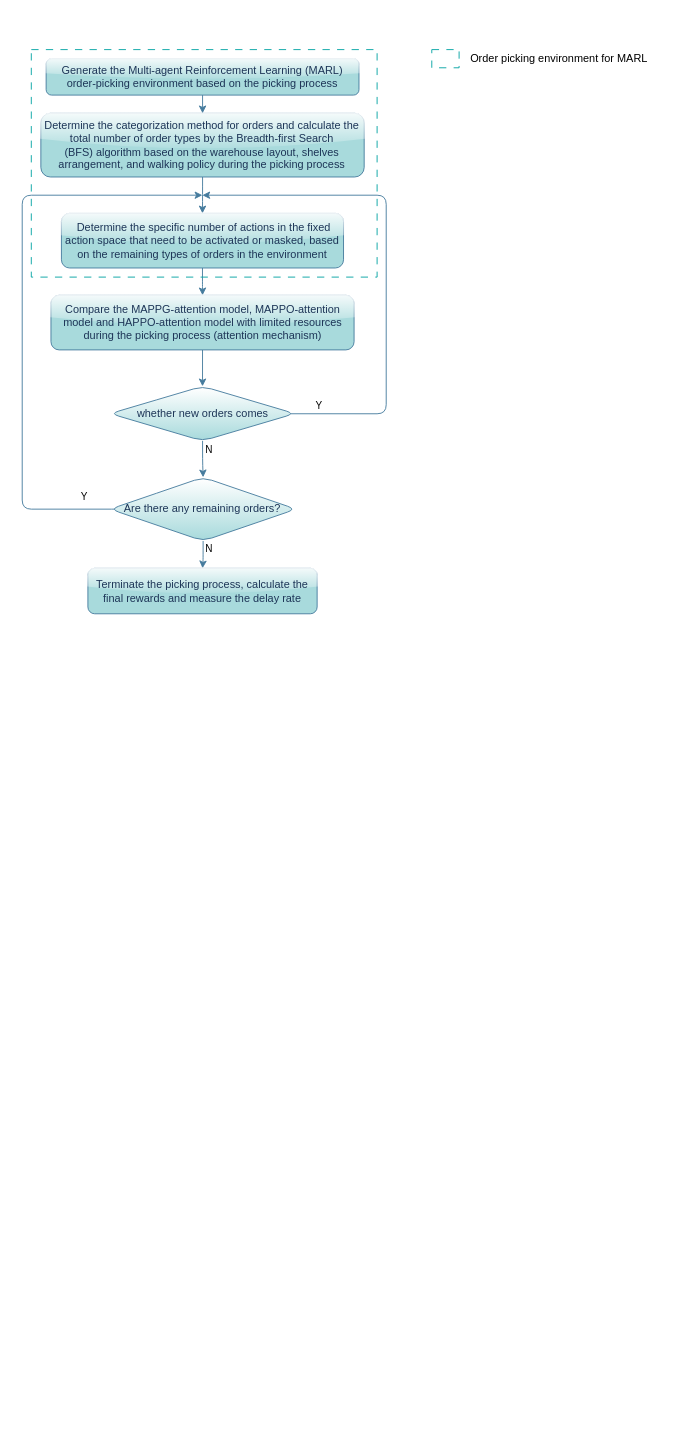
This is 未命名绘图.drawio from xfl11/xfliu, a draw.io file, before an edit. Source tidied: cells renumbered, new cells numbered last; positions are measured from the earlier drawing's top-left corner, leaving out a move shared by most shapes. Both pictures are drawn from the tidied source at 91%, with x=0, y=0 at pixel (22, 45).
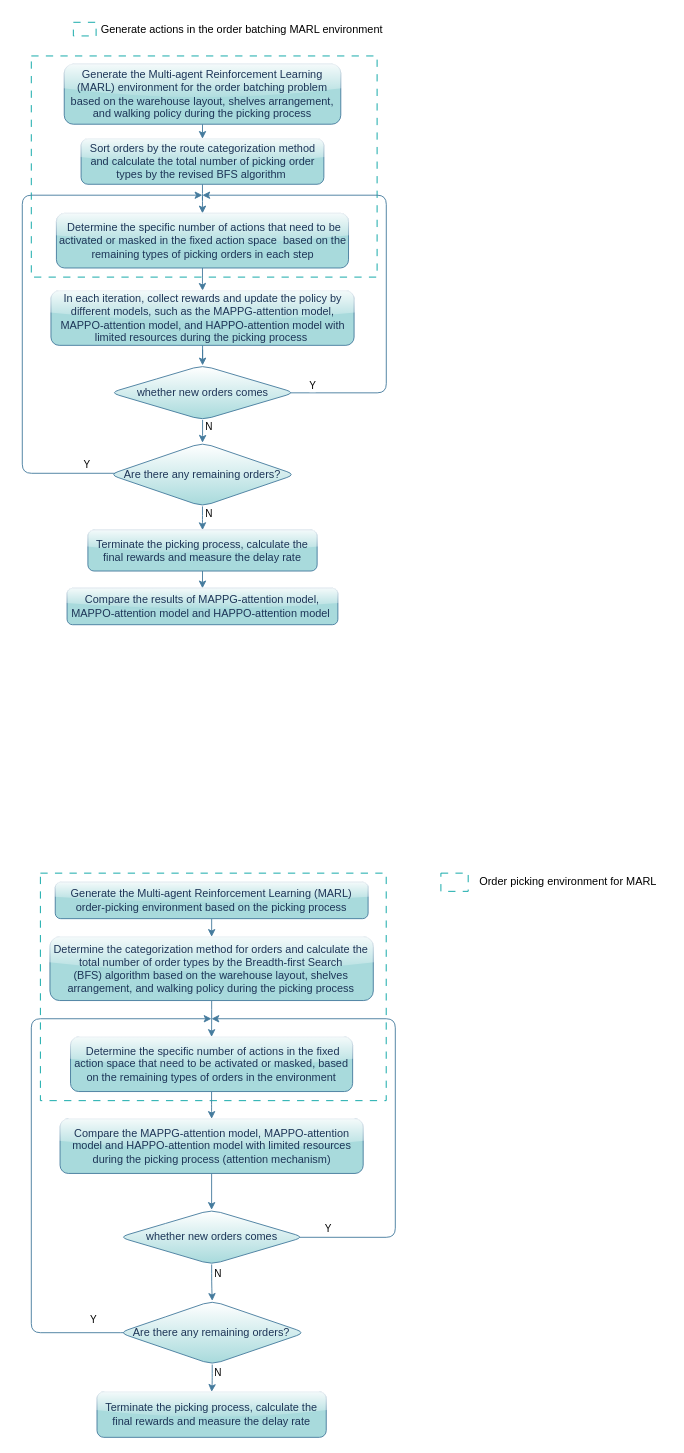
After the change.

Commit message:
更新未命名绘图.drawio

Unchanged cells that the change refers to:
```xml
<mxCell id="14" style="edgeStyle=orthogonalEdgeStyle;rounded=1;jettySize=auto;html=1;labelBackgroundColor=none;strokeColor=#457B9D;fontColor=default;" parent="1" edge="1" source="12" target="18">
  <mxGeometry relative="1" as="geometry" />
</mxCell>
```

Diff of the diagram source:
```diff
@@
+    <mxCell id="21" style="rounded=0;whiteSpace=wrap;html=1;dashed=1;dashPattern=8 8;strokeColor=#00a3a3;strokeWidth=1;fillColor=none;" parent="1" vertex="1">
+      <mxGeometry x="9.9" y="12" width="380" height="243" as="geometry" />
+    </mxCell>
@@
-    <mxCell id="3" value="Determine the categorization method for orders and calculate the total number of order types by the Breadth-first Search (BFS)&amp;nbsp;algorithm based on the warehouse layout, shelves arrangement, and walking policy during the picking process" style="rounded=1;whiteSpace=wrap;html=1;fillColor=#A8DADC;strokeColor=#457B9D;labelBackgroundColor=none;fontColor=#1D3557;glass=1;" parent="1" vertex="1">
-      <mxGeometry x="20.4" y="75" width="355.3" height="70" as="geometry" />
+    <mxCell id="3" value="Sort orders by the route categorization method and calculate the total number of picking order types by the revised BFS algorithm&amp;nbsp;" style="rounded=1;whiteSpace=wrap;html=1;fillColor=#A8DADC;strokeColor=#457B9D;labelBackgroundColor=none;fontColor=#1D3557;glass=1;" parent="1" vertex="1">
+      <mxGeometry x="64.6" y="103" width="266.8" height="50" as="geometry" />
     </mxCell>
@@
-    <mxCell id="5" value="&amp;nbsp;Determine the specific number of actions in the fixed action space that need to be activated or masked, based on the remaining types of orders in the environment" style="rounded=1;whiteSpace=wrap;html=1;labelBackgroundColor=none;fillColor=#A8DADC;strokeColor=#457B9D;fontColor=#1D3557;glass=1;" parent="1" vertex="1">
-      <mxGeometry x="43" y="185" width="310" height="60" as="geometry" />
+    <mxCell id="5" value="&amp;nbsp;Determine the specific number of actions that need to be activated or masked in the fixed action space&amp;nbsp; based on the remaining types of picking orders in each step" style="rounded=1;whiteSpace=wrap;html=1;labelBackgroundColor=none;fillColor=#A8DADC;strokeColor=#457B9D;fontColor=#1D3557;glass=1;" parent="1" vertex="1">
+      <mxGeometry x="37.5" y="185" width="321" height="60" as="geometry" />
     </mxCell>
@@
-    <mxCell id="7" value="Compare the MAPPG-attention model, MAPPO-attention model and HAPPO-attention model with limited resources during the picking process (attention mechanism)" style="rounded=1;whiteSpace=wrap;html=1;labelBackgroundColor=none;fillColor=#A8DADC;strokeColor=#457B9D;fontColor=#1D3557;glass=1;" parent="1" vertex="1">
-      <mxGeometry x="31.5" y="275" width="333.1" height="60" as="geometry" />
+    <mxCell id="7" value="In each iteration, collect rewards and update the policy by different models, such as the MAPPG-attention model, MAPPO-attention model, and HAPPO-attention model with limited resources during the picking process&amp;nbsp;" style="rounded=1;whiteSpace=wrap;html=1;labelBackgroundColor=none;fillColor=#A8DADC;strokeColor=#457B9D;fontColor=#1D3557;glass=1;" parent="1" vertex="1">
+      <mxGeometry x="31.5" y="270" width="333.1" height="60" as="geometry" />
     </mxCell>
     <mxCell id="8" style="edgeStyle=orthogonalEdgeStyle;rounded=1;jettySize=auto;html=1;exitX=0.95;exitY=0.503;exitDx=0;exitDy=0;labelBackgroundColor=none;strokeColor=#457B9D;fontColor=default;exitPerimeter=0;" parent="1" edge="1" source="12">
       <mxGeometry relative="1" as="geometry">
         <mxPoint x="197.9" y="165" as="targetPoint" />
         <Array as="points">
-          <mxPoint x="399.9" y="405" />
-          <mxPoint x="399.9" y="165" />
+          <mxPoint x="400" y="382" />
+          <mxPoint x="400" y="165" />
         </Array>
       </mxGeometry>
     </mxCell>
     <mxCell id="9" value="Y" style="edgeLabel;html=1;align=center;verticalAlign=middle;rounded=1;" parent="8" vertex="1">
       <mxGeometry x="0.41" y="2" relative="1" as="geometry">
-        <mxPoint x="-35" y="228" as="offset" />
+        <mxPoint x="-35" y="207" as="offset" />
       </mxGeometry>
     </mxCell>
@@
     <mxCell id="12" value="whether new orders comes" style="rhombus;whiteSpace=wrap;html=1;labelBackgroundColor=none;fillColor=#A8DADC;strokeColor=#457B9D;fontColor=#1D3557;rounded=1;shadow=0;gradientColor=#ffffff;gradientDirection=north;" parent="1" vertex="1">
-      <mxGeometry x="96.5" y="375" width="203.1" height="60" as="geometry" />
+      <mxGeometry x="96.5" y="352" width="203.1" height="60" as="geometry" />
     </mxCell>
+    <mxCell id="24" style="edgeStyle=orthogonalEdgeStyle;shape=connector;rounded=1;jettySize=auto;html=1;exitX=0.5;exitY=1;exitDx=0;exitDy=0;entryX=0.5;entryY=0;entryDx=0;entryDy=0;labelBackgroundColor=none;strokeColor=#457B9D;align=center;verticalAlign=middle;fontFamily=Helvetica;fontSize=11;fontColor=default;endArrow=classic;" parent="1" edge="1" source="13" target="47">
+      <mxGeometry relative="1" as="geometry" />
+    </mxCell>
     <mxCell id="13" value="Terminate the picking process, calculate the final rewards and measure the delay rate" style="rounded=1;whiteSpace=wrap;html=1;labelBackgroundColor=none;fillColor=#A8DADC;strokeColor=#457B9D;fontColor=#1D3557;glass=1;" parent="1" vertex="1">
-      <mxGeometry x="72.1" y="575" width="251.9" height="50" as="geometry" />
+      <mxGeometry x="72.1" y="533" width="251.9" height="45" as="geometry" />
     </mxCell>
@@
     <mxCell id="15" value="N" style="edgeLabel;html=1;align=center;verticalAlign=middle;" parent="14" vertex="1">
       <mxGeometry x="-0.3" y="1" relative="1" as="geometry">
-        <mxPoint x="5" y="-4" as="offset" />
+        <mxPoint x="5" y="-2" as="offset" />
       </mxGeometry>
     </mxCell>
     <mxCell id="16" style="edgeStyle=orthogonalEdgeStyle;rounded=1;jettySize=auto;html=1;exitX=0.057;exitY=0.48;exitDx=0;exitDy=0;labelBackgroundColor=none;strokeColor=#457B9D;fontColor=default;exitPerimeter=0;" parent="1" edge="1" source="18">
       <mxGeometry relative="1" as="geometry">
         <mxPoint x="197.9" y="165" as="targetPoint" />
         <Array as="points">
-          <mxPoint x="107.9" y="510" />
-          <mxPoint x="-0.1" y="510" />
-          <mxPoint x="-0.1" y="165" />
+          <mxPoint y="471" />
+          <mxPoint y="165" />
         </Array>
       </mxGeometry>
     </mxCell>
     <mxCell id="17" value="Y" style="edgeLabel;html=1;align=center;verticalAlign=middle;" parent="16" vertex="1">
       <mxGeometry x="-0.78" y="-1" relative="1" as="geometry">
-        <mxPoint x="30" y="-14" as="offset" />
+        <mxPoint x="30" y="-9" as="offset" />
       </mxGeometry>
     </mxCell>
     <mxCell id="18" value="Are there any remaining orders?" style="rhombus;whiteSpace=wrap;html=1;labelBackgroundColor=none;fillColor=#A8DADC;strokeColor=#457B9D;fontColor=#1D3557;rounded=1;gradientColor=#ffffff;gradientDirection=north;" parent="1" vertex="1">
-      <mxGeometry x="96.5" y="475" width="204.4" height="70" as="geometry" />
+      <mxGeometry x="95.8" y="437" width="204.4" height="70" as="geometry" />
     </mxCell>
-    <mxCell id="19" style="edgeStyle=orthogonalEdgeStyle;rounded=1;jettySize=auto;html=1;strokeColor=#457B9D;labelBackgroundColor=none;fontColor=default;" parent="1" edge="1" source="20" target="3">
+    <mxCell id="19" style="edgeStyle=orthogonalEdgeStyle;shape=connector;rounded=1;jettySize=auto;html=1;exitX=0.5;exitY=1;exitDx=0;exitDy=0;entryX=0.5;entryY=0;entryDx=0;entryDy=0;labelBackgroundColor=none;strokeColor=#457B9D;align=center;verticalAlign=middle;fontFamily=Helvetica;fontSize=11;fontColor=default;endArrow=classic;" parent="1" edge="1" source="20" target="3">
       <mxGeometry relative="1" as="geometry" />
     </mxCell>
-    <mxCell id="20" value="Generate the&amp;nbsp;Multi-agent Reinforcement Learning (MARL) order-picking environment based on the picking process" style="rounded=1;whiteSpace=wrap;html=1;fillColor=#A8DADC;strokeColor=#457B9D;labelBackgroundColor=none;fontColor=#1D3557;glass=1;" parent="1" vertex="1">
-      <mxGeometry x="26.2" y="15" width="343.8" height="40" as="geometry" />
+    <mxCell id="20" value="Generate the&amp;nbsp;Multi-agent Reinforcement Learning (MARL) environment for the order batching problem based on the warehouse layout, shelves arrangement, and walking policy during the picking process" style="rounded=1;whiteSpace=wrap;html=1;fillColor=#A8DADC;strokeColor=#457B9D;labelBackgroundColor=none;fontColor=#1D3557;glass=1;" parent="1" vertex="1">
+      <mxGeometry x="46.1" y="21" width="303.9" height="66" as="geometry" />
     </mxCell>
-    <mxCell id="21" style="rounded=0;whiteSpace=wrap;html=1;dashed=1;dashPattern=8 8;strokeColor=#00a3a3;strokeWidth=1;fillColor=none;" parent="1" vertex="1">
-      <mxGeometry x="9.9" y="5" width="380" height="250" as="geometry" />
-    </mxCell>
-    <mxCell id="22" value="Order picking environment for MARL" style="text;html=1;strokeColor=none;fillColor=none;align=center;verticalAlign=middle;whiteSpace=wrap;rounded=0;" parent="1" vertex="1">
-      <mxGeometry x="480" width="220" height="30" as="geometry" />
+    <mxCell id="22" value="Generate actions in the order batching MARL environment" style="text;html=1;strokeColor=none;fillColor=none;align=center;verticalAlign=middle;whiteSpace=wrap;rounded=0;" parent="1" vertex="1">
+      <mxGeometry x="83" y="-32.5" width="316.9" height="30" as="geometry" />
     </mxCell>
-    <mxCell id="23" style="rounded=0;whiteSpace=wrap;html=1;dashed=1;dashPattern=8 8;strokeColor=#00a3a3;strokeWidth=1;fillColor=none;" parent="1" vertex="1">
-      <mxGeometry x="450" y="5" width="30" height="20" as="geometry" />
+    <mxCell id="23" style="rounded=0;whiteSpace=wrap;html=1;dashed=1;strokeColor=#00a3a3;strokeWidth=1;fillColor=none;dashPattern=8 8;" parent="1" vertex="1">
+      <mxGeometry x="56.1" y="-25" width="25" height="15" as="geometry" />
     </mxCell>
+    <mxCell id="25" style="rounded=0;whiteSpace=wrap;html=1;dashed=1;dashPattern=8 8;strokeColor=#00a3a3;strokeWidth=1;fillColor=none;" parent="1" vertex="1">
+      <mxGeometry x="19.9" y="910" width="380" height="250" as="geometry" />
+    </mxCell>
+    <mxCell id="26" style="edgeStyle=orthogonalEdgeStyle;rounded=1;jettySize=auto;html=1;labelBackgroundColor=none;strokeColor=#457B9D;fontColor=default;" parent="1" edge="1" source="27" target="29">
+      <mxGeometry relative="1" as="geometry" />
+    </mxCell>
+    <mxCell id="27" value="Determine the categorization method for orders and calculate the total number of order types by the Breadth-first Search (BFS)&amp;nbsp;algorithm based on the warehouse layout, shelves arrangement, and walking policy during the picking process" style="rounded=1;whiteSpace=wrap;html=1;fillColor=#A8DADC;strokeColor=#457B9D;labelBackgroundColor=none;fontColor=#1D3557;glass=1;" parent="1" vertex="1">
+      <mxGeometry x="30.4" y="980" width="355.3" height="70" as="geometry" />
+    </mxCell>
+    <mxCell id="28" style="edgeStyle=orthogonalEdgeStyle;rounded=1;jettySize=auto;html=1;labelBackgroundColor=none;strokeColor=#457B9D;fontColor=default;" parent="1" edge="1" source="29" target="31">
+      <mxGeometry relative="1" as="geometry" />
+    </mxCell>
+    <mxCell id="29" value="&amp;nbsp;Determine the specific number of actions in the fixed action space that need to be activated or masked, based on the remaining types of orders in the environment" style="rounded=1;whiteSpace=wrap;html=1;labelBackgroundColor=none;fillColor=#A8DADC;strokeColor=#457B9D;fontColor=#1D3557;glass=1;" parent="1" vertex="1">
+      <mxGeometry x="53" y="1090" width="310" height="60" as="geometry" />
+    </mxCell>
+    <mxCell id="30" style="edgeStyle=orthogonalEdgeStyle;rounded=1;jettySize=auto;html=1;labelBackgroundColor=none;strokeColor=#457B9D;fontColor=default;" parent="1" edge="1" source="31" target="36">
+      <mxGeometry relative="1" as="geometry" />
+    </mxCell>
+    <mxCell id="31" value="Compare the MAPPG-attention model, MAPPO-attention model and HAPPO-attention model with limited resources during the picking process (attention mechanism)" style="rounded=1;whiteSpace=wrap;html=1;labelBackgroundColor=none;fillColor=#A8DADC;strokeColor=#457B9D;fontColor=#1D3557;glass=1;" parent="1" vertex="1">
+      <mxGeometry x="41.5" y="1180" width="333.1" height="60" as="geometry" />
+    </mxCell>
+    <mxCell id="32" style="edgeStyle=orthogonalEdgeStyle;rounded=1;jettySize=auto;html=1;exitX=0.95;exitY=0.503;exitDx=0;exitDy=0;labelBackgroundColor=none;strokeColor=#457B9D;fontColor=default;exitPerimeter=0;" parent="1" edge="1" source="36">
+      <mxGeometry relative="1" as="geometry">
+        <mxPoint x="207.9" y="1070" as="targetPoint" />
+        <Array as="points">
+          <mxPoint x="409.9" y="1310" />
+          <mxPoint x="409.9" y="1070" />
+        </Array>
+      </mxGeometry>
+    </mxCell>
+    <mxCell id="33" value="Y" style="edgeLabel;html=1;align=center;verticalAlign=middle;rounded=1;" parent="32" vertex="1">
+      <mxGeometry x="0.41" y="2" relative="1" as="geometry">
+        <mxPoint x="-35" y="228" as="offset" />
+      </mxGeometry>
+    </mxCell>
+    <mxCell id="34" style="edgeStyle=orthogonalEdgeStyle;rounded=1;jettySize=auto;html=1;labelBackgroundColor=none;strokeColor=#457B9D;fontColor=default;" parent="1" edge="1" source="42" target="37">
+      <mxGeometry relative="1" as="geometry" />
+    </mxCell>
+    <mxCell id="35" value="N" style="edgeLabel;html=1;align=center;verticalAlign=middle;" parent="34" vertex="1">
+      <mxGeometry x="-0.76" y="1" relative="1" as="geometry">
+        <mxPoint x="5" y="4" as="offset" />
+      </mxGeometry>
+    </mxCell>
+    <mxCell id="36" value="whether new orders comes" style="rhombus;whiteSpace=wrap;html=1;labelBackgroundColor=none;fillColor=#A8DADC;strokeColor=#457B9D;fontColor=#1D3557;rounded=1;shadow=0;gradientColor=#ffffff;gradientDirection=north;" parent="1" vertex="1">
+      <mxGeometry x="106.5" y="1280" width="203.1" height="60" as="geometry" />
+    </mxCell>
+    <mxCell id="37" value="Terminate the picking process, calculate the final rewards and measure the delay rate" style="rounded=1;whiteSpace=wrap;html=1;labelBackgroundColor=none;fillColor=#A8DADC;strokeColor=#457B9D;fontColor=#1D3557;glass=1;" parent="1" vertex="1">
+      <mxGeometry x="82.1" y="1480" width="251.9" height="50" as="geometry" />
+    </mxCell>
+    <mxCell id="38" style="edgeStyle=orthogonalEdgeStyle;rounded=1;jettySize=auto;html=1;labelBackgroundColor=none;strokeColor=#457B9D;fontColor=default;" parent="1" edge="1" source="36" target="42">
+      <mxGeometry relative="1" as="geometry" />
+    </mxCell>
+    <mxCell id="39" value="N" style="edgeLabel;html=1;align=center;verticalAlign=middle;" parent="38" vertex="1">
+      <mxGeometry x="-0.3" y="1" relative="1" as="geometry">
+        <mxPoint x="5" y="-4" as="offset" />
+      </mxGeometry>
+    </mxCell>
+    <mxCell id="40" style="edgeStyle=orthogonalEdgeStyle;rounded=1;jettySize=auto;html=1;exitX=0.057;exitY=0.48;exitDx=0;exitDy=0;labelBackgroundColor=none;strokeColor=#457B9D;fontColor=default;exitPerimeter=0;" parent="1" edge="1" source="42">
+      <mxGeometry relative="1" as="geometry">
+        <mxPoint x="207.9" y="1070" as="targetPoint" />
+        <Array as="points">
+          <mxPoint x="117.9" y="1415" />
+          <mxPoint x="9.9" y="1415" />
+          <mxPoint x="9.9" y="1070" />
+        </Array>
+      </mxGeometry>
+    </mxCell>
+    <mxCell id="41" value="Y" style="edgeLabel;html=1;align=center;verticalAlign=middle;" parent="40" vertex="1">
+      <mxGeometry x="-0.78" y="-1" relative="1" as="geometry">
+        <mxPoint x="30" y="-14" as="offset" />
+      </mxGeometry>
+    </mxCell>
+    <mxCell id="42" value="Are there any remaining orders?" style="rhombus;whiteSpace=wrap;html=1;labelBackgroundColor=none;fillColor=#A8DADC;strokeColor=#457B9D;fontColor=#1D3557;rounded=1;gradientColor=#ffffff;gradientDirection=north;" parent="1" vertex="1">
+      <mxGeometry x="106.5" y="1380" width="204.4" height="70" as="geometry" />
+    </mxCell>
+    <mxCell id="43" style="edgeStyle=orthogonalEdgeStyle;rounded=1;jettySize=auto;html=1;strokeColor=#457B9D;labelBackgroundColor=none;fontColor=default;" parent="1" edge="1" source="44" target="27">
+      <mxGeometry relative="1" as="geometry" />
+    </mxCell>
+    <mxCell id="44" value="Generate the&amp;nbsp;Multi-agent Reinforcement Learning (MARL) order-picking environment based on the picking process" style="rounded=1;whiteSpace=wrap;html=1;fillColor=#A8DADC;strokeColor=#457B9D;labelBackgroundColor=none;fontColor=#1D3557;glass=1;" parent="1" vertex="1">
+      <mxGeometry x="36.2" y="920" width="343.8" height="40" as="geometry" />
+    </mxCell>
+    <mxCell id="45" value="Order picking environment for MARL" style="text;html=1;strokeColor=none;fillColor=none;align=center;verticalAlign=middle;whiteSpace=wrap;rounded=0;" parent="1" vertex="1">
+      <mxGeometry x="490" y="905" width="220" height="30" as="geometry" />
+    </mxCell>
+    <mxCell id="46" style="rounded=0;whiteSpace=wrap;html=1;dashed=1;dashPattern=8 8;strokeColor=#00a3a3;strokeWidth=1;fillColor=none;" parent="1" vertex="1">
+      <mxGeometry x="460" y="910" width="30" height="20" as="geometry" />
+    </mxCell>
+    <mxCell id="47" value="Compare the results of MAPPG-attention model, MAPPO-attention model and HAPPO-attention model&amp;nbsp;" style="rounded=1;whiteSpace=wrap;html=1;labelBackgroundColor=none;fillColor=#A8DADC;strokeColor=#457B9D;fontColor=#1D3557;glass=1;" parent="1" vertex="1">
+      <mxGeometry x="49.2" y="597" width="297.6" height="40" as="geometry" />
+    </mxCell>
```
